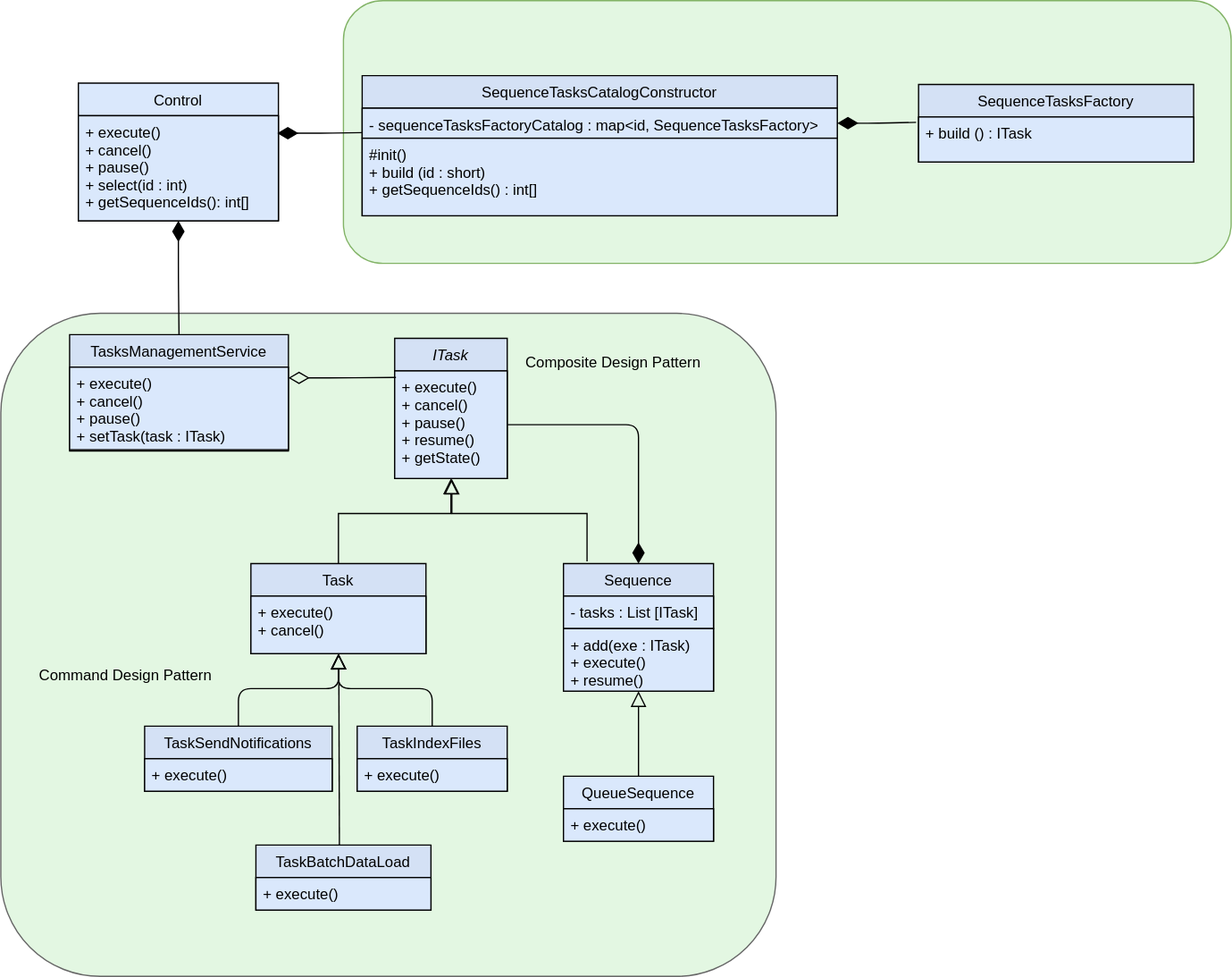
Above: design/TaskManagementService.svg in cguz/task-management-service (draw.io), before the change. Source tidied: cells renumbered, new cells last; positions are measured from the earlier drawing's top-left corner, leaving out a move shared by most shapes.
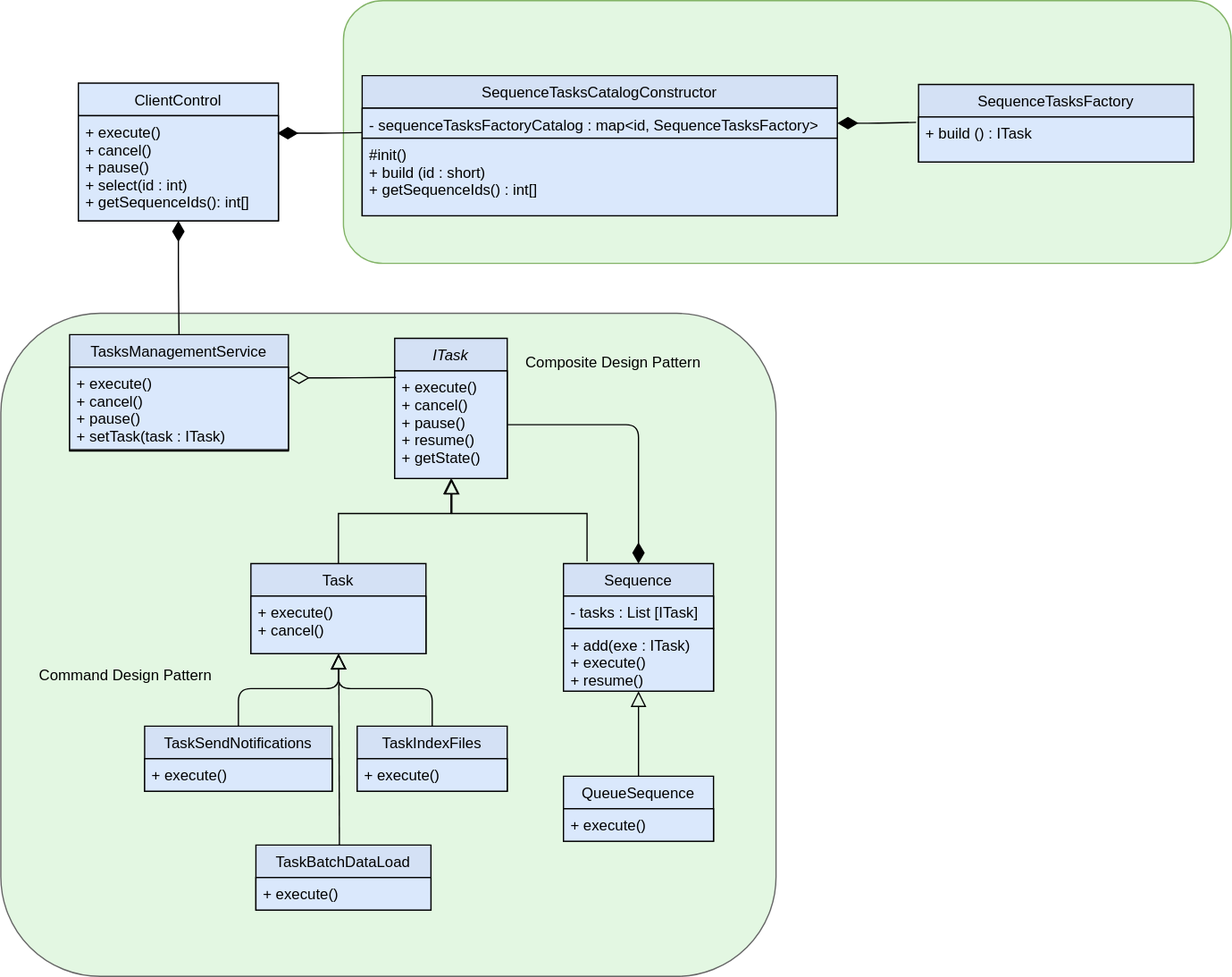
Later version of the same file.

The edit, as a diff of the source:
```diff
@@ -100,7 +100,7 @@
     <mxCell id="29" style="endArrow=none;html=1;endSize=12;startArrow=diamondThin;startSize=14;startFill=0;edgeStyle=orthogonalEdgeStyle;align=left;verticalAlign=bottom;exitX=1;exitY=0.13;exitDx=0;exitDy=0;exitPerimeter=0;entryX=0.011;entryY=0.061;entryDx=0;entryDy=0;entryPerimeter=0;endFill=0;" parent="1" edge="1" source="28" target="5">
       <mxGeometry x="-1" y="3" relative="1" as="geometry" />
     </mxCell>
-    <mxCell id="30" value="Control" style="swimlane;fontStyle=0;align=center;verticalAlign=top;horizontal=1;startSize=26;rounded=0;shadow=0;strokeWidth=1;fillColor=#dae8fc;" parent="1" vertex="1">
+    <mxCell id="30" value="ClientControl" style="swimlane;fontStyle=0;align=center;verticalAlign=top;horizontal=1;startSize=26;rounded=0;shadow=0;strokeWidth=1;fillColor=#dae8fc;" parent="1" vertex="1">
       <mxGeometry x="62" y="66" width="160" height="110" as="geometry" />
     </mxCell>
     <mxCell id="31" value="+ execute()&#10;+ cancel()&#10;+ pause()&#10;+ select(id : int)&#10;+ getSequenceIds(): int[]" style="text;align=left;verticalAlign=top;spacingLeft=4;spacingRight=4;overflow=hidden;points=[[0,0.5],[1,0.5]];portConstraint=eastwest;fillColor=#dae8fc;strokeColor=#000000;" parent="30" vertex="1">
```
